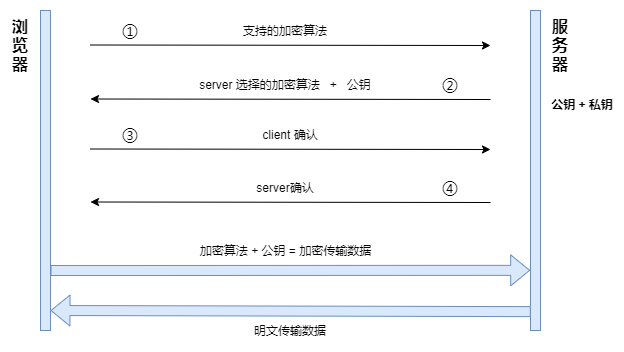
HeJueting/Blog keeps this draw.io diagram as 前端基础巩固/一文读懂HTTPS/img/asymmetric-algorithm.png. Above is the earlier version. Source tidied: cells renumbered, new cells last; positions are measured from the earlier drawing's top-left corner, leaving out a move shared by most shapes. Its diagram source:
```xml
<mxGraphModel>
  <root>
    <mxCell id="0" />
    <mxCell id="1" parent="0" />
    <mxCell id="2" style="rounded=0;whiteSpace=wrap;html=1;strokeColor=none;" parent="1" vertex="1">
      <mxGeometry width="620" height="350" as="geometry" />
    </mxCell>
    <mxCell id="3" style="rounded=0;whiteSpace=wrap;html=1;fillColor=#dae8fc;strokeColor=#6c8ebf;" parent="1" vertex="1">
      <mxGeometry x="40" y="10" width="10" height="320" as="geometry" />
    </mxCell>
    <mxCell id="4" style="rounded=0;whiteSpace=wrap;html=1;fillColor=#dae8fc;strokeColor=#6c8ebf;" parent="1" vertex="1">
      <mxGeometry x="530" y="10" width="10" height="320" as="geometry" />
    </mxCell>
    <mxCell id="5" value="&lt;b style=&quot;font-size: 16px&quot;&gt;浏&lt;br&gt;览&lt;br&gt;器&lt;/b&gt;" style="text;html=1;strokeColor=none;fillColor=none;align=center;verticalAlign=middle;whiteSpace=wrap;rounded=0;" parent="1" vertex="1">
      <mxGeometry y="10" width="40" height="70" as="geometry" />
    </mxCell>
    <mxCell id="6" value="&lt;b style=&quot;font-size: 16px&quot;&gt;服&lt;br&gt;务&lt;br&gt;器&lt;/b&gt;" style="text;html=1;strokeColor=none;fillColor=none;align=center;verticalAlign=middle;whiteSpace=wrap;rounded=0;" parent="1" vertex="1">
      <mxGeometry x="540" y="10" width="40" height="70" as="geometry" />
    </mxCell>
    <mxCell id="7" style="endArrow=classic;html=1;" parent="1" edge="1">
      <mxGeometry relative="1" as="geometry">
        <mxPoint x="90" y="44.5" as="sourcePoint" />
        <mxPoint x="490" y="45" as="targetPoint" />
      </mxGeometry>
    </mxCell>
    <mxCell id="8" value="&lt;font style=&quot;font-size: 16px&quot;&gt;①&lt;/font&gt;" style="text;html=1;strokeColor=none;fillColor=none;align=center;verticalAlign=middle;whiteSpace=wrap;rounded=0;" parent="1" vertex="1">
      <mxGeometry x="110" y="20" width="40" height="20" as="geometry" />
    </mxCell>
    <mxCell id="9" value="支持的加密算法" style="text;html=1;strokeColor=none;fillColor=none;align=center;verticalAlign=middle;whiteSpace=wrap;rounded=0;" parent="1" vertex="1">
      <mxGeometry x="160" y="20" width="250" height="20" as="geometry" />
    </mxCell>
    <mxCell id="10" style="endArrow=none;html=1;endFill=0;startArrow=classic;startFill=1;" parent="1" edge="1">
      <mxGeometry relative="1" as="geometry">
        <mxPoint x="90" y="98.5" as="sourcePoint" />
        <mxPoint x="490" y="99" as="targetPoint" />
      </mxGeometry>
    </mxCell>
    <mxCell id="11" value="&lt;span style=&quot;font-size: 16px&quot;&gt;②&lt;/span&gt;" style="text;html=1;strokeColor=none;fillColor=none;align=center;verticalAlign=middle;whiteSpace=wrap;rounded=0;" parent="1" vertex="1">
      <mxGeometry x="430" y="74" width="40" height="20" as="geometry" />
    </mxCell>
    <mxCell id="12" value="server 选择的加密算法&amp;nbsp; &amp;nbsp;+&amp;nbsp; &amp;nbsp;公钥" style="text;html=1;strokeColor=none;fillColor=none;align=center;verticalAlign=middle;whiteSpace=wrap;rounded=0;" parent="1" vertex="1">
      <mxGeometry x="160" y="74" width="250" height="20" as="geometry" />
    </mxCell>
    <mxCell id="13" style="endArrow=classic;html=1;" parent="1" edge="1">
      <mxGeometry relative="1" as="geometry">
        <mxPoint x="90" y="148.5" as="sourcePoint" />
        <mxPoint x="490" y="149" as="targetPoint" />
      </mxGeometry>
    </mxCell>
    <mxCell id="14" value="&lt;font style=&quot;font-size: 16px&quot;&gt;③&lt;/font&gt;" style="text;html=1;strokeColor=none;fillColor=none;align=center;verticalAlign=middle;whiteSpace=wrap;rounded=0;" parent="1" vertex="1">
      <mxGeometry x="110" y="124" width="40" height="20" as="geometry" />
    </mxCell>
    <mxCell id="15" value="client 确认" style="text;html=1;strokeColor=none;fillColor=none;align=center;verticalAlign=middle;whiteSpace=wrap;rounded=0;" parent="1" vertex="1">
      <mxGeometry x="150" y="124" width="280" height="20" as="geometry" />
    </mxCell>
    <mxCell id="16" style="endArrow=none;html=1;endFill=0;startArrow=classic;startFill=1;" parent="1" edge="1">
      <mxGeometry relative="1" as="geometry">
        <mxPoint x="90" y="201.5" as="sourcePoint" />
        <mxPoint x="490" y="202" as="targetPoint" />
      </mxGeometry>
    </mxCell>
    <mxCell id="17" value="&lt;span style=&quot;font-size: 16px&quot;&gt;④&lt;/span&gt;" style="text;html=1;strokeColor=none;fillColor=none;align=center;verticalAlign=middle;whiteSpace=wrap;rounded=0;" parent="1" vertex="1">
      <mxGeometry x="430" y="177" width="40" height="20" as="geometry" />
    </mxCell>
    <mxCell id="18" value="server确认" style="text;html=1;strokeColor=none;fillColor=none;align=center;verticalAlign=middle;whiteSpace=wrap;rounded=0;" parent="1" vertex="1">
      <mxGeometry x="160" y="177" width="250" height="20" as="geometry" />
    </mxCell>
    <mxCell id="19" style="shape=flexArrow;endArrow=classic;html=1;strokeColor=#6c8ebf;exitX=0.033;exitY=0.941;exitDx=0;exitDy=0;exitPerimeter=0;fillColor=#dae8fc;" parent="1" edge="1" source="4">
      <mxGeometry relative="1" as="geometry">
        <mxPoint x="50" y="310" as="targetPoint" />
      </mxGeometry>
    </mxCell>
    <mxCell id="20" style="shape=flexArrow;endArrow=classic;html=1;strokeColor=#6c8ebf;entryX=-0.033;entryY=0.812;entryDx=0;entryDy=0;entryPerimeter=0;fillColor=#dae8fc;" parent="1" edge="1" target="4">
      <mxGeometry relative="1" as="geometry">
        <mxPoint x="50" y="270" as="sourcePoint" />
      </mxGeometry>
    </mxCell>
    <mxCell id="21" value="加密算法 + 公钥 = 加密传输数据" style="text;html=1;strokeColor=none;fillColor=none;align=center;verticalAlign=middle;whiteSpace=wrap;rounded=0;" parent="1" vertex="1">
      <mxGeometry x="172.5" y="240" width="225" height="20" as="geometry" />
    </mxCell>
    <mxCell id="22" value="明文传输数据" style="text;html=1;strokeColor=none;fillColor=none;align=center;verticalAlign=middle;whiteSpace=wrap;rounded=0;" parent="1" vertex="1">
      <mxGeometry x="225" y="320" width="130" height="20" as="geometry" />
    </mxCell>
    <mxCell id="23" value="&lt;b&gt;公钥 + 私钥&lt;/b&gt;" style="text;html=1;strokeColor=none;fillColor=none;align=center;verticalAlign=middle;whiteSpace=wrap;rounded=0;" parent="1" vertex="1">
      <mxGeometry x="542" y="94" width="80" height="20" as="geometry" />
    </mxCell>
  </root>
</mxGraphModel>
```
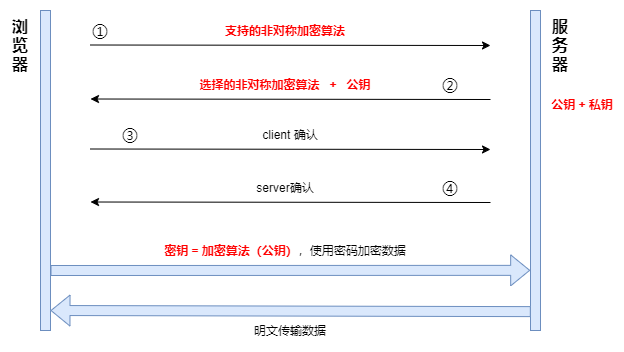
The same diagram one commit later.

Change to the diagram source:
```diff
@@ -24,10 +24,10 @@
       </mxGeometry>
     </mxCell>
     <mxCell id="8" value="&lt;font style=&quot;font-size: 16px&quot;&gt;①&lt;/font&gt;" style="text;html=1;strokeColor=none;fillColor=none;align=center;verticalAlign=middle;whiteSpace=wrap;rounded=0;" parent="1" vertex="1">
-      <mxGeometry x="110" y="20" width="40" height="20" as="geometry" />
+      <mxGeometry x="80" y="20" width="40" height="20" as="geometry" />
     </mxCell>
-    <mxCell id="9" value="支持的加密算法" style="text;html=1;strokeColor=none;fillColor=none;align=center;verticalAlign=middle;whiteSpace=wrap;rounded=0;" parent="1" vertex="1">
-      <mxGeometry x="160" y="20" width="250" height="20" as="geometry" />
+    <mxCell id="9" value="&lt;b&gt;&lt;font color=&quot;#ff0000&quot;&gt;支持的非对称加密算法&lt;/font&gt;&lt;/b&gt;" style="text;html=1;strokeColor=none;fillColor=none;align=center;verticalAlign=middle;whiteSpace=wrap;rounded=0;" parent="1" vertex="1">
+      <mxGeometry x="150" y="20" width="270" height="20" as="geometry" />
     </mxCell>
     <mxCell id="10" style="endArrow=none;html=1;endFill=0;startArrow=classic;startFill=1;" parent="1" edge="1">
       <mxGeometry relative="1" as="geometry">
@@ -38,7 +38,7 @@
     <mxCell id="11" value="&lt;span style=&quot;font-size: 16px&quot;&gt;②&lt;/span&gt;" style="text;html=1;strokeColor=none;fillColor=none;align=center;verticalAlign=middle;whiteSpace=wrap;rounded=0;" parent="1" vertex="1">
       <mxGeometry x="430" y="74" width="40" height="20" as="geometry" />
     </mxCell>
-    <mxCell id="12" value="server 选择的加密算法&amp;nbsp; &amp;nbsp;+&amp;nbsp; &amp;nbsp;公钥" style="text;html=1;strokeColor=none;fillColor=none;align=center;verticalAlign=middle;whiteSpace=wrap;rounded=0;" parent="1" vertex="1">
+    <mxCell id="12" value="&lt;b&gt;&lt;font color=&quot;#ff0000&quot;&gt;选择的非对称加密算法&amp;nbsp; &amp;nbsp;+&amp;nbsp; &amp;nbsp;公钥&lt;/font&gt;&lt;/b&gt;" style="text;html=1;strokeColor=none;fillColor=none;align=center;verticalAlign=middle;whiteSpace=wrap;rounded=0;" parent="1" vertex="1">
       <mxGeometry x="160" y="74" width="250" height="20" as="geometry" />
     </mxCell>
     <mxCell id="13" style="endArrow=classic;html=1;" parent="1" edge="1">
@@ -75,13 +75,13 @@
         <mxPoint x="50" y="270" as="sourcePoint" />
       </mxGeometry>
     </mxCell>
-    <mxCell id="21" value="加密算法 + 公钥 = 加密传输数据" style="text;html=1;strokeColor=none;fillColor=none;align=center;verticalAlign=middle;whiteSpace=wrap;rounded=0;" parent="1" vertex="1">
-      <mxGeometry x="172.5" y="240" width="225" height="20" as="geometry" />
+    <mxCell id="21" value="&lt;b&gt;&lt;font color=&quot;#ff0000&quot;&gt;密钥 = 加密算法（公钥）&lt;/font&gt;&lt;/b&gt;，使用密码加密数据" style="text;html=1;strokeColor=none;fillColor=none;align=center;verticalAlign=middle;whiteSpace=wrap;rounded=0;" parent="1" vertex="1">
+      <mxGeometry x="120" y="240" width="330" height="20" as="geometry" />
     </mxCell>
     <mxCell id="22" value="明文传输数据" style="text;html=1;strokeColor=none;fillColor=none;align=center;verticalAlign=middle;whiteSpace=wrap;rounded=0;" parent="1" vertex="1">
       <mxGeometry x="225" y="320" width="130" height="20" as="geometry" />
     </mxCell>
-    <mxCell id="23" value="&lt;b&gt;公钥 + 私钥&lt;/b&gt;" style="text;html=1;strokeColor=none;fillColor=none;align=center;verticalAlign=middle;whiteSpace=wrap;rounded=0;" parent="1" vertex="1">
+    <mxCell id="23" value="&lt;b&gt;&lt;font color=&quot;#ff0000&quot;&gt;公钥 + 私钥&lt;/font&gt;&lt;/b&gt;" style="text;html=1;strokeColor=none;fillColor=none;align=center;verticalAlign=middle;whiteSpace=wrap;rounded=0;" parent="1" vertex="1">
       <mxGeometry x="542" y="94" width="80" height="20" as="geometry" />
     </mxCell>
   </root>
```
